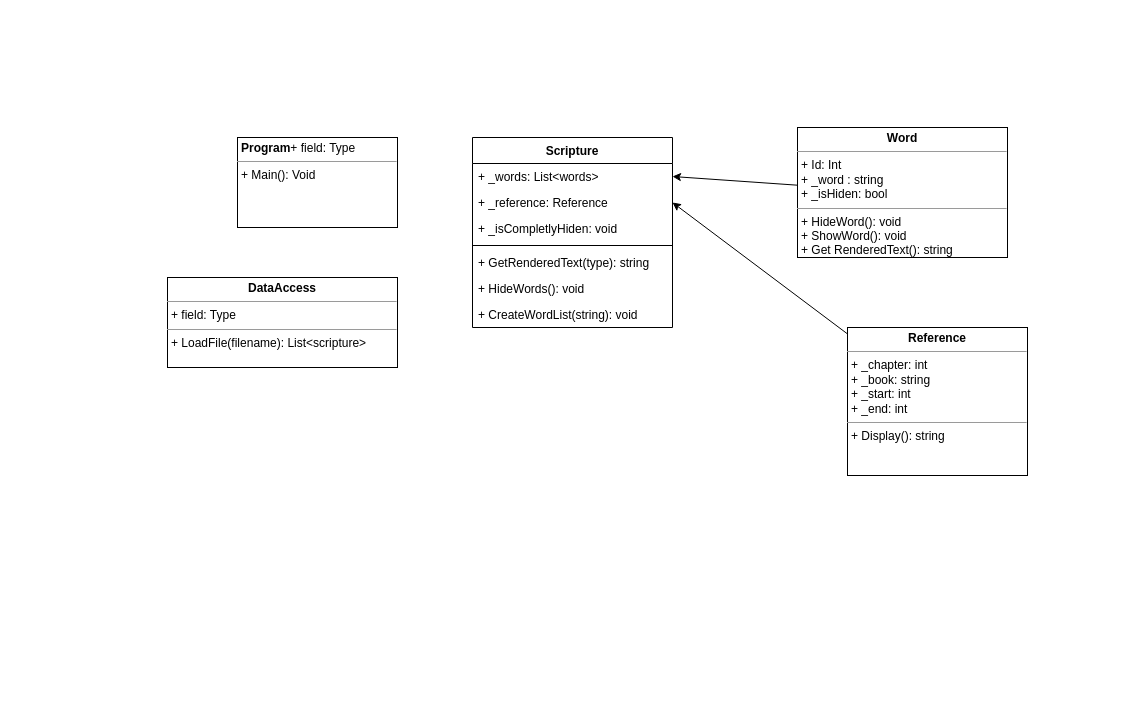
pdmostert/cse210-hw keeps this draw.io diagram as prove/Develop03/ClassDiagram.drawio. Above is the earlier version. Source tidied: cells renumbered, new cells numbered last; positions are measured from the earlier drawing's top-left corner, leaving out a move shared by most shapes. Both pictures are drawn from the tidied source at 100%, with x=0, y=0 at pixel (167, 127).
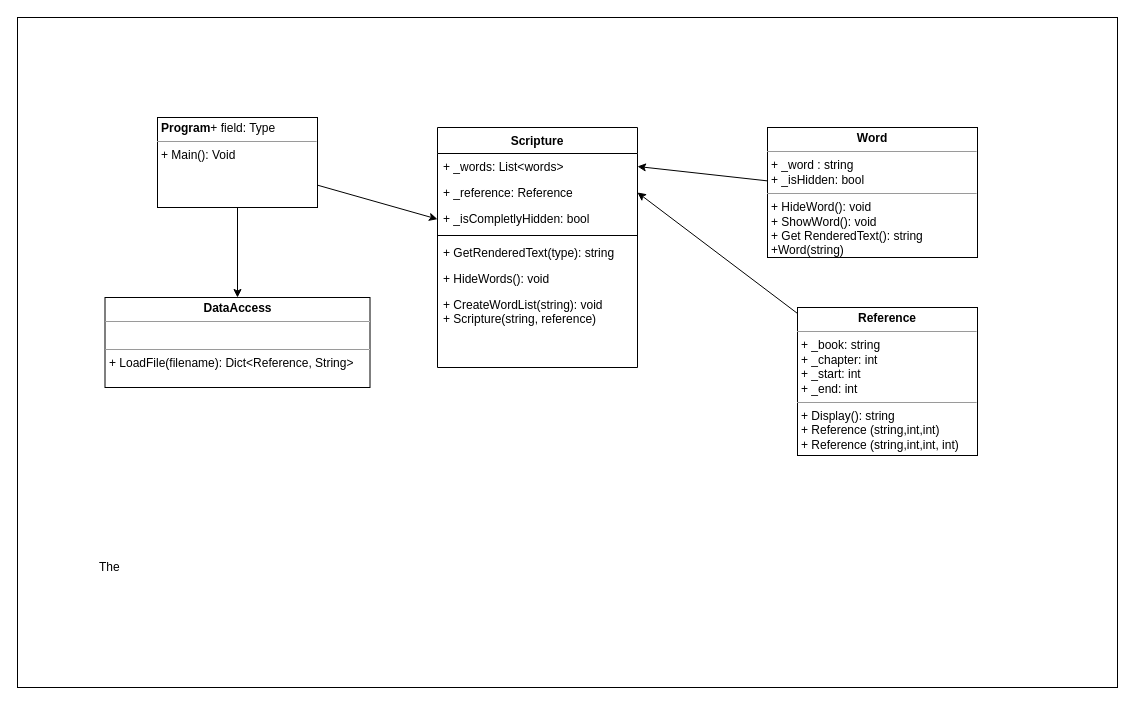
Above is the later version.

Diff of the diagram source:
```diff
@@
-<mxGraphModel>
+<mxGraphModel background="#ffffff">
   <root>
     <mxCell id="0" />
     <mxCell id="1" parent="0" />
+    <mxCell id="16" style="rounded=0;whiteSpace=wrap;html=1;fillColor=none;" parent="1" vertex="1">
+      <mxGeometry x="-150" y="-110" width="1100" height="670" as="geometry" />
+    </mxCell>
     <mxCell id="2" value="Scripture" style="swimlane;fontStyle=1;align=center;verticalAlign=top;horizontal=1;startSize=26;" parent="1" vertex="1">
-      <mxGeometry x="305" y="10" width="200" height="190" as="geometry" />
+      <mxGeometry x="270" width="200" height="240" as="geometry" />
     </mxCell>
     <mxCell id="3" value="+ _words: List&lt;words&gt;" style="text;strokeColor=none;fillColor=none;align=left;verticalAlign=top;spacingLeft=4;spacingRight=4;overflow=hidden;points=[[0,0.5],[1,0.5]];portConstraint=eastwest;" parent="2" vertex="1">
       <mxGeometry y="26" width="200" height="26" as="geometry" />
     </mxCell>
     <mxCell id="4" value="+ _reference: Reference" style="text;strokeColor=none;fillColor=none;align=left;verticalAlign=top;spacingLeft=4;spacingRight=4;overflow=hidden;points=[[0,0.5],[1,0.5]];portConstraint=eastwest;" parent="2" vertex="1">
       <mxGeometry y="52" width="200" height="26" as="geometry" />
     </mxCell>
-    <mxCell id="5" value="+ _isCompletlyHiden: void" style="text;strokeColor=none;fillColor=none;align=left;verticalAlign=top;spacingLeft=4;spacingRight=4;overflow=hidden;" parent="2" vertex="1">
+    <mxCell id="5" value="+ _isCompletlyHidden: bool" style="text;strokeColor=none;fillColor=none;align=left;verticalAlign=top;spacingLeft=4;spacingRight=4;overflow=hidden;" parent="2" vertex="1">
       <mxGeometry y="78" width="200" height="26" as="geometry" />
     </mxCell>
     <mxCell id="6" style="line;strokeWidth=1;fillColor=none;align=left;verticalAlign=middle;spacingTop=-1;spacingLeft=3;spacingRight=3;labelPosition=right;strokeColor=inherit;" parent="2" vertex="1">
       <mxGeometry y="104" width="200" height="8" as="geometry" />
     </mxCell>
     <mxCell id="7" value="+ GetRenderedText(type): string" style="text;strokeColor=none;fillColor=none;align=left;verticalAlign=top;spacingLeft=4;spacingRight=4;overflow=hidden;" parent="2" vertex="1">
       <mxGeometry y="112" width="200" height="26" as="geometry" />
     </mxCell>
     <mxCell id="8" value="+ HideWords(): void" style="text;strokeColor=none;fillColor=none;align=left;verticalAlign=top;spacingLeft=4;spacingRight=4;overflow=hidden;" parent="2" vertex="1">
       <mxGeometry y="138" width="200" height="26" as="geometry" />
     </mxCell>
-    <mxCell id="9" value="+ CreateWordList(string): void" style="text;strokeColor=none;fillColor=none;align=left;verticalAlign=top;spacingLeft=4;spacingRight=4;overflow=hidden;" parent="2" vertex="1">
-      <mxGeometry y="164" width="200" height="26" as="geometry" />
+    <mxCell id="9" value="+ CreateWordList(string): void&#10;+ Scripture(string, reference)" style="text;strokeColor=none;fillColor=none;align=left;verticalAlign=top;spacingLeft=4;spacingRight=4;overflow=hidden;" parent="2" vertex="1">
+      <mxGeometry y="164" width="200" height="76" as="geometry" />
     </mxCell>
+    <mxCell id="17" style="edgeStyle=none;html=1;" parent="1" edge="1" source="10" target="2">
+      <mxGeometry relative="1" as="geometry" />
+    </mxCell>
+    <mxCell id="18" style="edgeStyle=none;html=1;" parent="1" edge="1" source="10" target="13">
+      <mxGeometry relative="1" as="geometry" />
+    </mxCell>
     <mxCell id="10" value="&lt;p style=&quot;margin:0px;margin-top:4px;text-align:center;&quot;&gt;&lt;/p&gt;&lt;p style=&quot;margin:0px;margin-left:4px;&quot;&gt;&lt;b&gt;Program&lt;/b&gt;+ field: Type&lt;/p&gt;&lt;hr size=&quot;1&quot;&gt;&lt;p style=&quot;margin:0px;margin-left:4px;&quot;&gt;+ Main(): Void&lt;/p&gt;" style="verticalAlign=top;align=left;overflow=fill;fontSize=12;fontFamily=Helvetica;html=1;" parent="1" vertex="1">
-      <mxGeometry x="70" y="10" width="160" height="90" as="geometry" />
+      <mxGeometry x="-10" y="-10" width="160" height="90" as="geometry" />
     </mxCell>
     <mxCell id="11" style="edgeStyle=none;html=1;entryX=1;entryY=0.5;entryDx=0;entryDy=0;" parent="1" edge="1" source="12" target="3">
       <mxGeometry relative="1" as="geometry" />
     </mxCell>
-    <mxCell id="12" value="&lt;p style=&quot;margin:0px;margin-top:4px;text-align:center;&quot;&gt;&lt;b&gt;Word&lt;/b&gt;&lt;/p&gt;&lt;hr size=&quot;1&quot;&gt;&lt;p style=&quot;margin:0px;margin-left:4px;&quot;&gt;+ Id: Int&lt;/p&gt;&lt;p style=&quot;margin:0px;margin-left:4px;&quot;&gt;+ _word : string&lt;/p&gt;&lt;p style=&quot;margin:0px;margin-left:4px;&quot;&gt;+ _isHiden: bool&lt;/p&gt;&lt;hr size=&quot;1&quot;&gt;&lt;p style=&quot;margin:0px;margin-left:4px;&quot;&gt;+ HideWord(): void&lt;/p&gt;&lt;p style=&quot;margin:0px;margin-left:4px;&quot;&gt;+ ShowWord(): void&lt;/p&gt;&lt;p style=&quot;margin:0px;margin-left:4px;&quot;&gt;+ Get RenderedText(): string&lt;/p&gt;" style="verticalAlign=top;align=left;overflow=fill;fontSize=12;fontFamily=Helvetica;html=1;" parent="1" vertex="1">
-      <mxGeometry x="630" width="210" height="130" as="geometry" />
+    <mxCell id="12" value="&lt;p style=&quot;margin:0px;margin-top:4px;text-align:center;&quot;&gt;&lt;b&gt;Word&lt;/b&gt;&lt;/p&gt;&lt;hr size=&quot;1&quot;&gt;&lt;p style=&quot;margin:0px;margin-left:4px;&quot;&gt;&lt;span style=&quot;background-color: initial;&quot;&gt;+ _word : string&lt;/span&gt;&lt;br&gt;&lt;/p&gt;&lt;p style=&quot;margin:0px;margin-left:4px;&quot;&gt;+ _isHidden: bool&lt;/p&gt;&lt;hr size=&quot;1&quot;&gt;&lt;p style=&quot;margin:0px;margin-left:4px;&quot;&gt;+ HideWord(): void&lt;/p&gt;&lt;p style=&quot;margin:0px;margin-left:4px;&quot;&gt;+ ShowWord(): void&lt;/p&gt;&lt;p style=&quot;margin:0px;margin-left:4px;&quot;&gt;+ Get RenderedText(): string&lt;/p&gt;&lt;p style=&quot;margin:0px;margin-left:4px;&quot;&gt;+Word(string)&lt;/p&gt;" style="verticalAlign=top;align=left;overflow=fill;fontSize=12;fontFamily=Helvetica;html=1;" parent="1" vertex="1">
+      <mxGeometry x="600" width="210" height="130" as="geometry" />
     </mxCell>
-    <mxCell id="13" value="&lt;p style=&quot;margin:0px;margin-top:4px;text-align:center;&quot;&gt;&lt;b&gt;DataAccess&lt;/b&gt;&lt;/p&gt;&lt;hr size=&quot;1&quot;&gt;&lt;p style=&quot;margin:0px;margin-left:4px;&quot;&gt;+ field: Type&lt;/p&gt;&lt;hr size=&quot;1&quot;&gt;&lt;p style=&quot;margin:0px;margin-left:4px;&quot;&gt;+ LoadFile(filename): List&amp;lt;scripture&amp;gt;&lt;/p&gt;" style="verticalAlign=top;align=left;overflow=fill;fontSize=12;fontFamily=Helvetica;html=1;" parent="1" vertex="1">
-      <mxGeometry y="150" width="230" height="90" as="geometry" />
+    <mxCell id="13" value="&lt;p style=&quot;margin:0px;margin-top:4px;text-align:center;&quot;&gt;&lt;b&gt;DataAccess&lt;/b&gt;&lt;/p&gt;&lt;hr size=&quot;1&quot;&gt;&lt;p style=&quot;margin:0px;margin-left:4px;&quot;&gt;&lt;br&gt;&lt;/p&gt;&lt;hr size=&quot;1&quot;&gt;&lt;p style=&quot;margin:0px;margin-left:4px;&quot;&gt;+ LoadFile(filename): Dict&amp;lt;Reference, String&amp;gt;&lt;/p&gt;" style="verticalAlign=top;align=left;overflow=fill;fontSize=12;fontFamily=Helvetica;html=1;" parent="1" vertex="1">
+      <mxGeometry x="-62.5" y="170" width="265" height="90" as="geometry" />
     </mxCell>
     <mxCell id="14" style="edgeStyle=none;html=1;entryX=1;entryY=0.5;entryDx=0;entryDy=0;" parent="1" edge="1" source="15" target="4">
       <mxGeometry relative="1" as="geometry" />
     </mxCell>
-    <mxCell id="15" value="&lt;p style=&quot;margin:0px;margin-top:4px;text-align:center;&quot;&gt;&lt;b&gt;Reference&lt;/b&gt;&lt;/p&gt;&lt;hr size=&quot;1&quot;&gt;&lt;p style=&quot;margin:0px;margin-left:4px;&quot;&gt;+ _chapter: int&lt;/p&gt;&lt;p style=&quot;margin:0px;margin-left:4px;&quot;&gt;+ _book: string&lt;/p&gt;&lt;p style=&quot;margin:0px;margin-left:4px;&quot;&gt;+ _start: int&lt;/p&gt;&lt;p style=&quot;margin:0px;margin-left:4px;&quot;&gt;+ _end: int&lt;/p&gt;&lt;hr size=&quot;1&quot;&gt;&lt;p style=&quot;margin:0px;margin-left:4px;&quot;&gt;+ Display(): string&lt;/p&gt;" style="verticalAlign=top;align=left;overflow=fill;fontSize=12;fontFamily=Helvetica;html=1;" parent="1" vertex="1">
-      <mxGeometry x="680" y="200" width="180" height="148" as="geometry" />
+    <mxCell id="15" value="&lt;p style=&quot;margin:0px;margin-top:4px;text-align:center;&quot;&gt;&lt;b&gt;Reference&lt;/b&gt;&lt;/p&gt;&lt;hr size=&quot;1&quot;&gt;&lt;p style=&quot;border-color: var(--border-color); margin: 0px 0px 0px 4px;&quot;&gt;+ _book: string&lt;/p&gt;&lt;p style=&quot;margin:0px;margin-left:4px;&quot;&gt;+ _chapter: int&lt;/p&gt;&lt;p style=&quot;margin:0px;margin-left:4px;&quot;&gt;&lt;span style=&quot;background-color: initial;&quot;&gt;+ _start: int&lt;/span&gt;&lt;br&gt;&lt;/p&gt;&lt;p style=&quot;margin:0px;margin-left:4px;&quot;&gt;+ _end: int&lt;/p&gt;&lt;hr size=&quot;1&quot;&gt;&lt;p style=&quot;margin:0px;margin-left:4px;&quot;&gt;+ Display(): string&lt;/p&gt;&lt;p style=&quot;margin:0px;margin-left:4px;&quot;&gt;+ Reference (string,int,int)&lt;/p&gt;&lt;p style=&quot;margin:0px;margin-left:4px;&quot;&gt;+ Reference (string,int,int, int)&lt;br&gt;&lt;/p&gt;" style="verticalAlign=top;align=left;overflow=fill;fontSize=12;fontFamily=Helvetica;html=1;" parent="1" vertex="1">
+      <mxGeometry x="630" y="180" width="180" height="148" as="geometry" />
     </mxCell>
+    <mxCell id="19" value="The&amp;nbsp;" style="text;html=1;strokeColor=none;fillColor=none;align=left;verticalAlign=middle;whiteSpace=wrap;rounded=0;" parent="1" vertex="1">
+      <mxGeometry x="-70" y="350" width="890" height="180" as="geometry" />
+    </mxCell>
   </root>
 </mxGraphModel>
```
